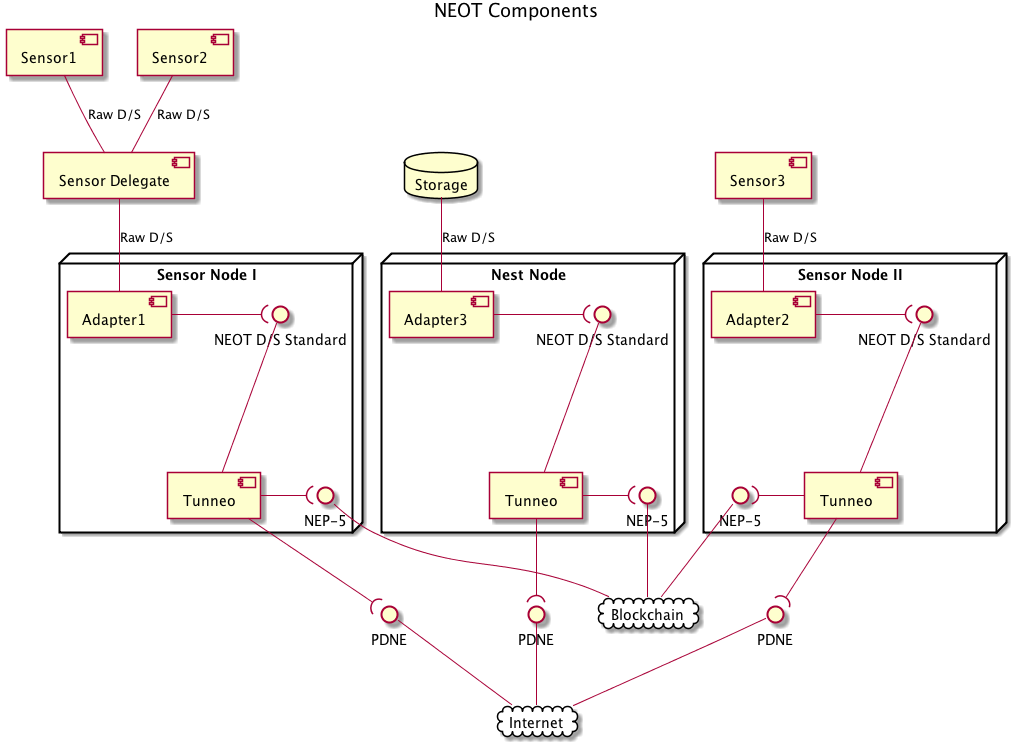
Before: PlantUML/out/Components/Components.png, a diagram exported from PlantUML (NEOCompToronto/NEOCompetition). Its diagram source:
```plantuml
@startuml

skinparam componentStyle uml2

title NEOT Components

component [Sensor1] as S1
component [Sensor2] as S2
component [Sensor Delegate] as SD
component [Sensor3] as S3

cloud Internet {
}
cloud Blockchain {
}

node "Sensor Node I" as NN1 {
    [Adapter1] as A1
    interface "NEOT D/S Standard" as ProtNEOT1
    interface "NEP-5" as NEP1
    [Tunneo] as TN1
}

    interface "PDNE" as PDNE1

node "Sensor Node II" as NN2 {
    [Adapter2] as A2
    interface "NEOT D/S Standard" as ProtNEOT2
    [Tunneo] as TN2

    interface "NEP-5" as NEP2
}
    interface "PDNE" as PDNE2

S1 -d- SD: Raw D/S
S2 -d- SD: Raw D/S
SD -d- A1: Raw D/S
A1 -r-( ProtNEOT1
TN1 -u- ProtNEOT1
TN1 -d-( PDNE1
TN1 -( NEP1


S3 -d- A2: Raw D/S
A2 -r-( ProtNEOT2
TN2 -u- ProtNEOT2
TN2 -d-( PDNE2
TN2 -( NEP2

database "Storage" as SR1

node "Nest Node" as NN3 {
    [Adapter3] as A3
    interface "NEOT D/S Standard" as ProtNEOT3
    [Tunneo] as TN3
    interface "NEP-5" as NEP3
}

interface "PDNE" as PDNE3

SR1 -d- A3: Raw D/S
A3 -r-( ProtNEOT3
TN3 -u- ProtNEOT3
TN3 -d-( PDNE3
TN3 -r-( NEP3

PDNE1 -down- Internet
PDNE2 -down- Internet
PDNE3 -down- Internet

NEP1 -down- Blockchain
NEP2 -down- Blockchain
NEP3 -down- Blockchain

@enduml
```
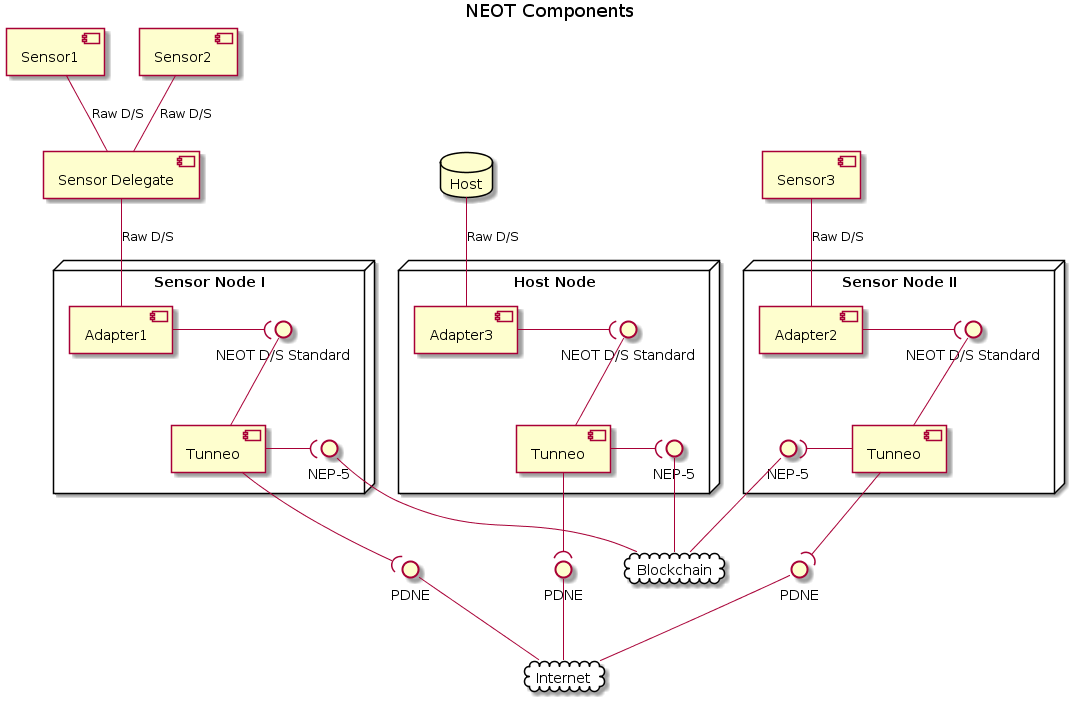
Above is the later version.

What changed in the source:
```diff
@@ -1,5 +1,4 @@
 @startuml
-
 skinparam componentStyle uml2
 
 title NEOT Components
@@ -47,9 +46,9 @@
 TN2 -d-( PDNE2
 TN2 -( NEP2
 
-database "Storage" as SR1
+database "Host" as SR1
 
-node "Nest Node" as NN3 {
+node "Host Node" as NN3 {
     [Adapter3] as A3
     interface "NEOT D/S Standard" as ProtNEOT3
     [Tunneo] as TN3
@@ -71,5 +70,4 @@
 NEP1 -down- Blockchain
 NEP2 -down- Blockchain
 NEP3 -down- Blockchain
-
 @enduml
```
